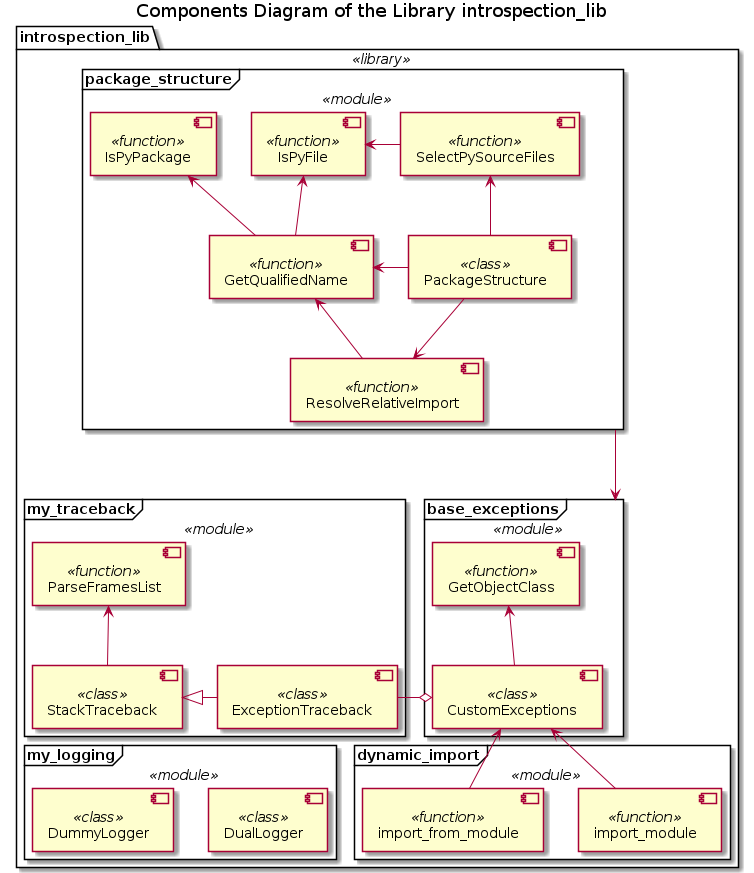
Above: Documentation/UML/components.png in FooBarShebang/introspection_lib (PlantUML), before the change.
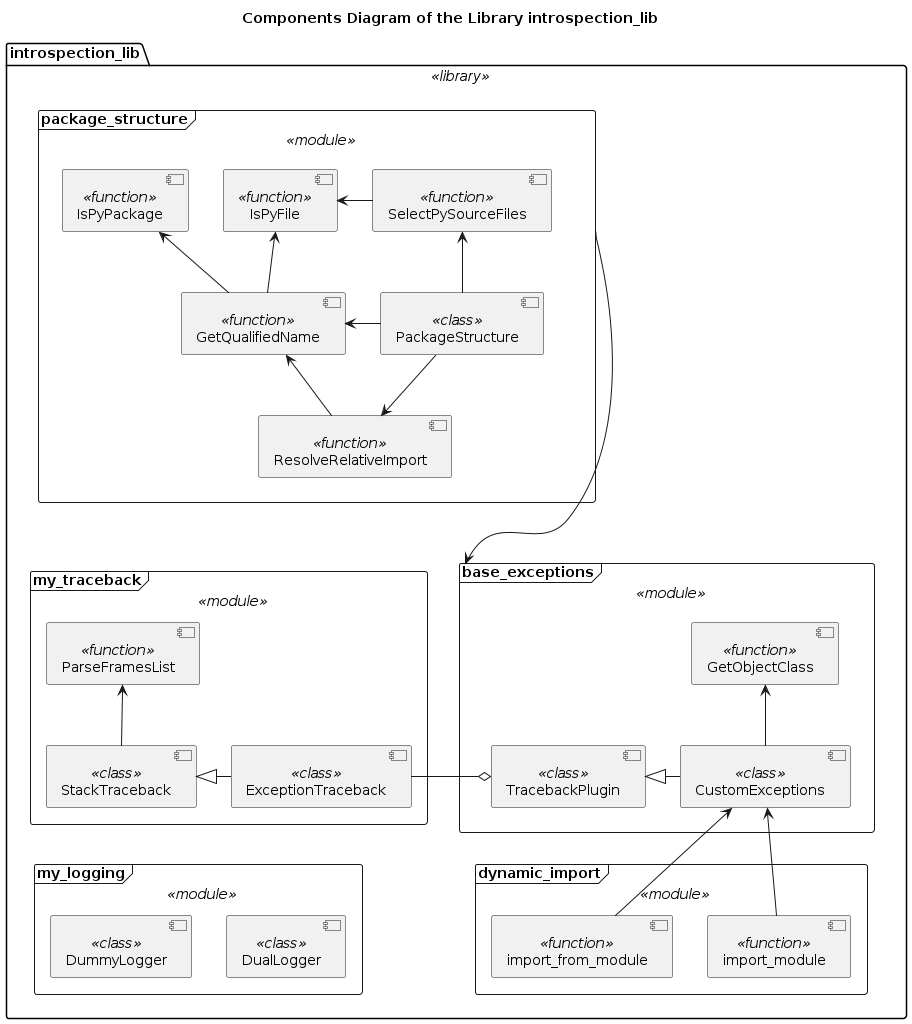
After the commit.

The edit, as a diff of the source:
```diff
@@ -21,7 +21,7 @@
         !include ./traceback/traceback_components.iuml
     !endif
 
-    ExceptionTraceback -o CustomExceptions
+    ExceptionTraceback -o TracebackPlugin
 
     !if $is_not_defined("$LOGGING_COMPONENTS")
         !include ./logging/logging_components.iuml
```
